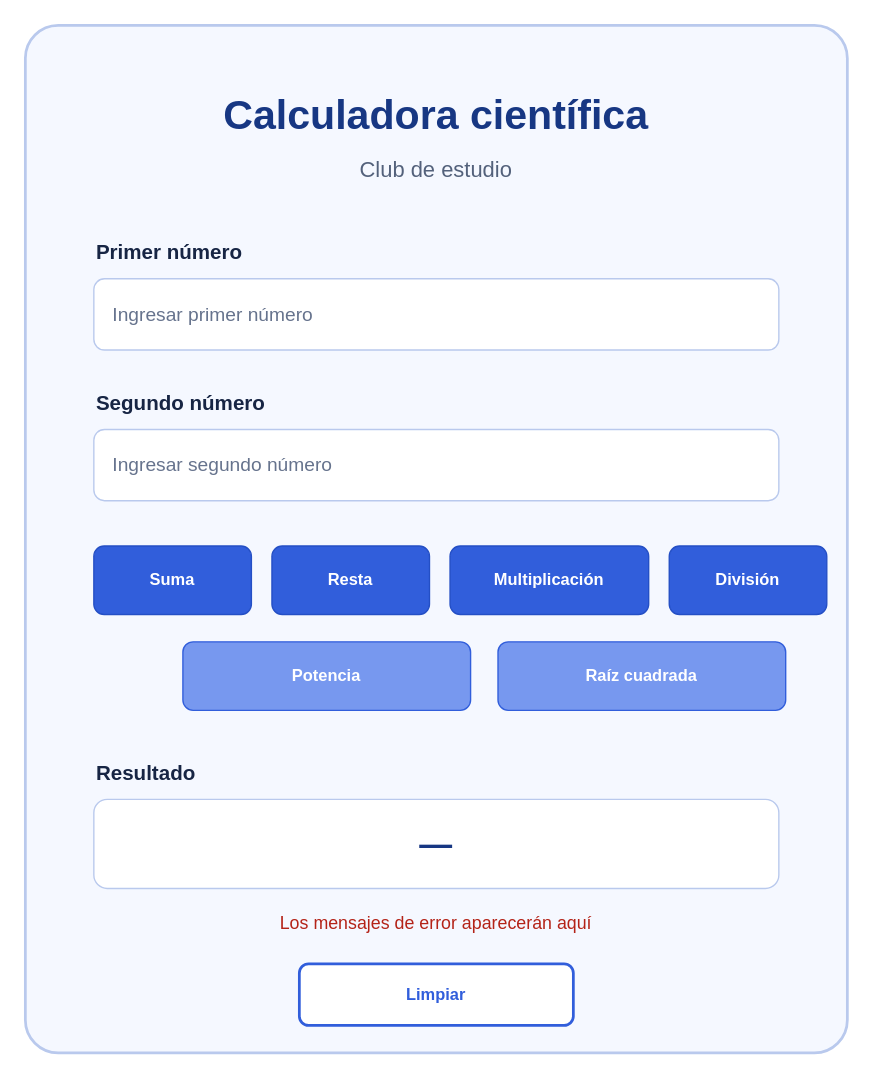
Above: evidencias/sketch-calculadora.drawio in avishagsad/calculadora-cientifica (draw.io), before the change. Source tidied: cells renumbered, new cells numbered last; positions are measured from the earlier drawing's top-left corner, leaving out a move shared by most shapes. Both pictures are drawn from the tidied source at 137%, with x=0, y=0 at pixel (25, 25).
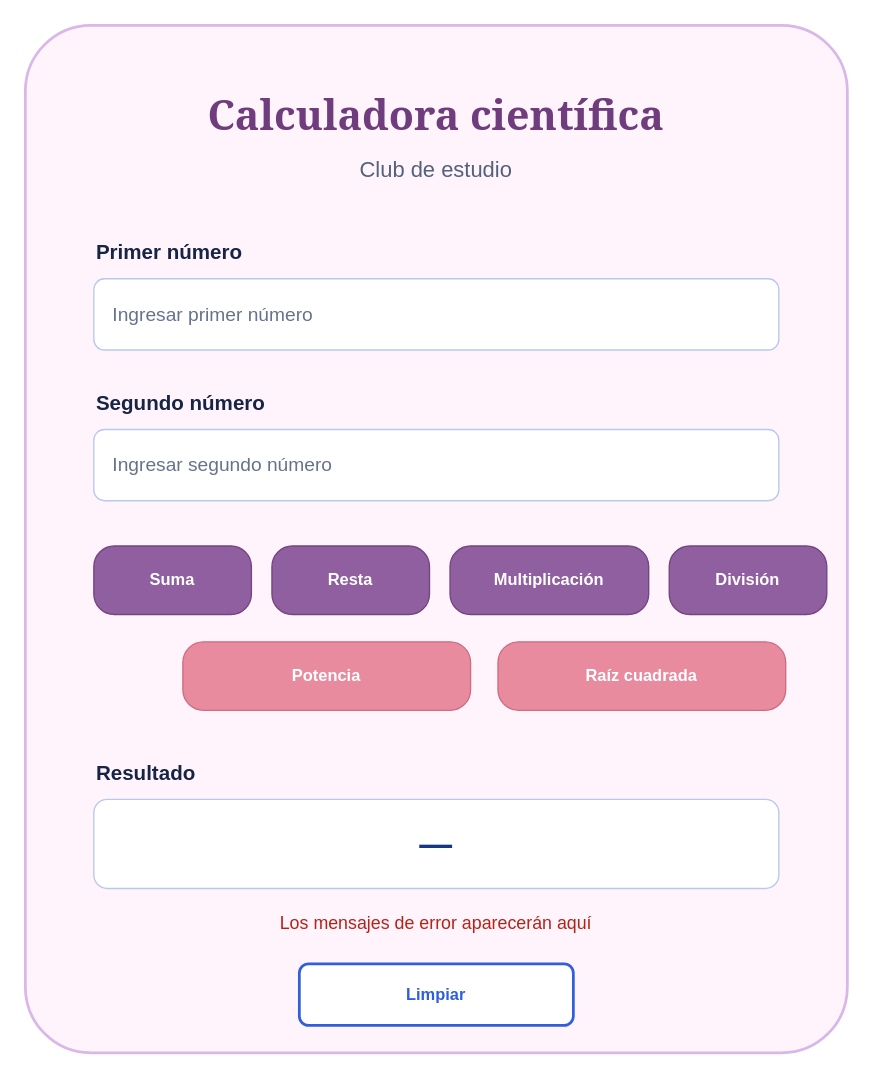
Above is the later version.

Commit message (it also covers changes not shown here):
Ajusto el estilo del sketch

The edit, as a diff of the source:
```diff
@@
 <mxGraphModel>
   <root>
     <mxCell id="0" />
     <mxCell id="1" parent="0" />
-    <mxCell id="2" style="rounded=1;whiteSpace=wrap;html=1;fillColor=#f5f8ff;strokeColor=#b9c9ed;strokeWidth=2;arcSize=4;" parent="1" vertex="1">
+    <mxCell id="2" style="rounded=1;whiteSpace=wrap;html=1;fillColor=#fff4fb;strokeColor=#d9b7e8;strokeWidth=2;arcSize=8;" parent="1" vertex="1">
       <mxGeometry width="600" height="750" as="geometry" />
     </mxCell>
-    <mxCell id="3" value="Calculadora científica" style="text;html=1;align=center;verticalAlign=middle;whiteSpace=wrap;rounded=0;fontSize=30;fontStyle=1;fontColor=#173783;" parent="1" vertex="1">
+    <mxCell id="3" value="Calculadora científica" style="text;html=1;align=center;verticalAlign=middle;whiteSpace=wrap;rounded=0;fontSize=30;fontStyle=1;fontColor=#6f3d7d;fontFamily=Georgia;" parent="1" vertex="1">
       <mxGeometry x="50" y="40" width="500" height="50" as="geometry" />
     </mxCell>
     <mxCell id="4" value="Club de estudio" style="text;html=1;align=center;verticalAlign=middle;whiteSpace=wrap;rounded=0;fontSize=16;fontColor=#53617b;" parent="1" vertex="1">
       <mxGeometry x="50" y="90" width="500" height="30" as="geometry" />
     </mxCell>
     <mxCell id="5" value="Primer número" style="text;html=1;align=left;verticalAlign=middle;whiteSpace=wrap;fontSize=15;fontStyle=1;fontColor=#172544;" parent="1" vertex="1">
       <mxGeometry x="50" y="150" width="500" height="30" as="geometry" />
     </mxCell>
     <mxCell id="6" value="Ingresar primer número" style="rounded=1;whiteSpace=wrap;html=1;align=left;spacingLeft=12;fillColor=#ffffff;strokeColor=#b9c9ed;fontColor=#66738d;fontSize=14;" parent="1" vertex="1">
       <mxGeometry x="50" y="185" width="500" height="52" as="geometry" />
     </mxCell>
     <mxCell id="7" value="Segundo número" style="text;html=1;align=left;verticalAlign=middle;whiteSpace=wrap;fontSize=15;fontStyle=1;fontColor=#172544;" parent="1" vertex="1">
       <mxGeometry x="50" y="260" width="500" height="30" as="geometry" />
     </mxCell>
     <mxCell id="8" value="Ingresar segundo número" style="rounded=1;whiteSpace=wrap;html=1;align=left;spacingLeft=12;fillColor=#ffffff;strokeColor=#b9c9ed;fontColor=#66738d;fontSize=14;" parent="1" vertex="1">
       <mxGeometry x="50" y="295" width="500" height="52" as="geometry" />
     </mxCell>
-    <mxCell id="9" value="Suma" style="rounded=1;whiteSpace=wrap;html=1;fillColor=#315edb;strokeColor=#244fc5;fontColor=#ffffff;fontStyle=1;" parent="1" vertex="1">
+    <mxCell id="9" value="Suma" style="rounded=1;whiteSpace=wrap;html=1;fillColor=#8f5f9f;strokeColor=#744581;fontColor=#ffffff;fontStyle=1;arcSize=30;" parent="1" vertex="1">
       <mxGeometry x="50" y="380" width="115" height="50" as="geometry" />
     </mxCell>
-    <mxCell id="10" value="Resta" style="rounded=1;whiteSpace=wrap;html=1;fillColor=#315edb;strokeColor=#244fc5;fontColor=#ffffff;fontStyle=1;" parent="1" vertex="1">
+    <mxCell id="10" value="Resta" style="rounded=1;whiteSpace=wrap;html=1;fillColor=#8f5f9f;strokeColor=#744581;fontColor=#ffffff;fontStyle=1;arcSize=30;" parent="1" vertex="1">
       <mxGeometry x="180" y="380" width="115" height="50" as="geometry" />
     </mxCell>
-    <mxCell id="11" value="Multiplicación" style="rounded=1;whiteSpace=wrap;html=1;fillColor=#315edb;strokeColor=#244fc5;fontColor=#ffffff;fontStyle=1;" parent="1" vertex="1">
+    <mxCell id="11" value="Multiplicación" style="rounded=1;whiteSpace=wrap;html=1;fillColor=#8f5f9f;strokeColor=#744581;fontColor=#ffffff;fontStyle=1;arcSize=30;" parent="1" vertex="1">
       <mxGeometry x="310" y="380" width="145" height="50" as="geometry" />
     </mxCell>
-    <mxCell id="12" value="División" style="rounded=1;whiteSpace=wrap;html=1;fillColor=#315edb;strokeColor=#244fc5;fontColor=#ffffff;fontStyle=1;" parent="1" vertex="1">
+    <mxCell id="12" value="División" style="rounded=1;whiteSpace=wrap;html=1;fillColor=#8f5f9f;strokeColor=#744581;fontColor=#ffffff;fontStyle=1;arcSize=30;" parent="1" vertex="1">
       <mxGeometry x="470" y="380" width="115" height="50" as="geometry" />
     </mxCell>
-    <mxCell id="13" value="Potencia" style="rounded=1;whiteSpace=wrap;html=1;fillColor=#7798ef;strokeColor=#315edb;fontColor=#ffffff;fontStyle=1;" parent="1" vertex="1">
+    <mxCell id="13" value="Potencia" style="rounded=1;whiteSpace=wrap;html=1;fillColor=#e98b9e;strokeColor=#ce6d82;fontColor=#ffffff;fontStyle=1;arcSize=30;" parent="1" vertex="1">
       <mxGeometry x="115" y="450" width="210" height="50" as="geometry" />
     </mxCell>
-    <mxCell id="14" value="Raíz cuadrada" style="rounded=1;whiteSpace=wrap;html=1;fillColor=#7798ef;strokeColor=#315edb;fontColor=#ffffff;fontStyle=1;" parent="1" vertex="1">
+    <mxCell id="14" value="Raíz cuadrada" style="rounded=1;whiteSpace=wrap;html=1;fillColor=#e98b9e;strokeColor=#ce6d82;fontColor=#ffffff;fontStyle=1;arcSize=30;" parent="1" vertex="1">
       <mxGeometry x="345" y="450" width="210" height="50" as="geometry" />
     </mxCell>
     <mxCell id="15" value="Resultado" style="text;html=1;align=left;verticalAlign=middle;whiteSpace=wrap;fontSize=15;fontStyle=1;fontColor=#172544;" parent="1" vertex="1">
       <mxGeometry x="50" y="530" width="500" height="30" as="geometry" />
     </mxCell>
     <mxCell id="16" value="—" style="rounded=1;whiteSpace=wrap;html=1;align=center;fillColor=#ffffff;strokeColor=#b9c9ed;fontColor=#173783;fontSize=24;fontStyle=1;" parent="1" vertex="1">
       <mxGeometry x="50" y="565" width="500" height="65" as="geometry" />
     </mxCell>
     <mxCell id="17" value="Los mensajes de error aparecerán aquí" style="text;html=1;align=center;verticalAlign=middle;whiteSpace=wrap;fontSize=13;fontColor=#b42318;" parent="1" vertex="1">
       <mxGeometry x="50" y="640" width="500" height="30" as="geometry" />
     </mxCell>
     <mxCell id="18" value="Limpiar" style="rounded=1;whiteSpace=wrap;html=1;fillColor=#ffffff;strokeColor=#315edb;strokeWidth=2;fontColor=#315edb;fontStyle=1;" parent="1" vertex="1">
       <mxGeometry x="200" y="685" width="200" height="45" as="geometry" />
     </mxCell>
   </root>
 </mxGraphModel>
```
